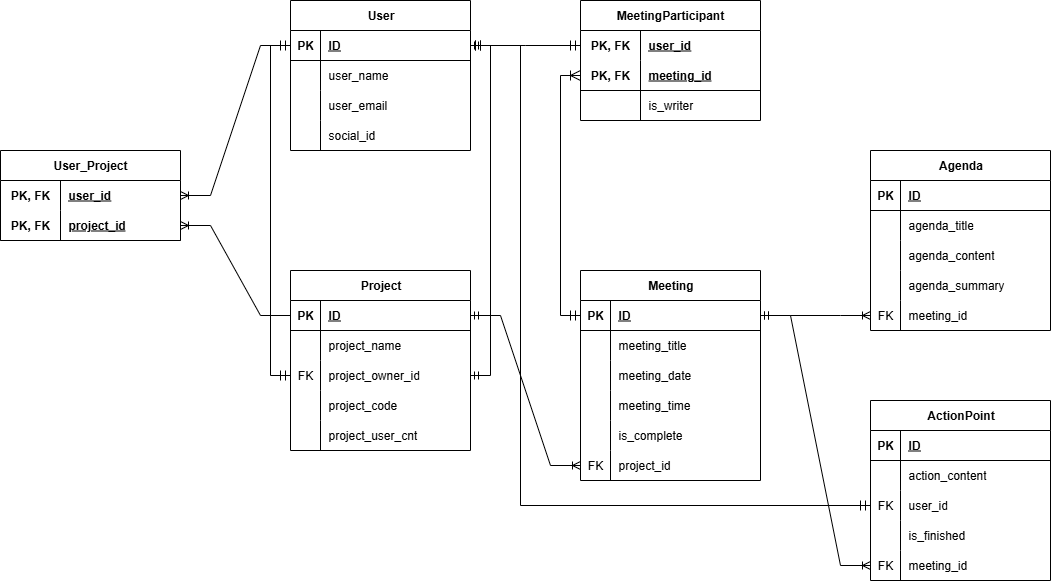
This is Longkathon_ERD.png from Club-PARD/ActionPoint_BE, a draw.io export, as it was before one commit. Source tidied: cells renumbered, new cells last; positions are measured from the earlier drawing's top-left corner, leaving out a move shared by most shapes.
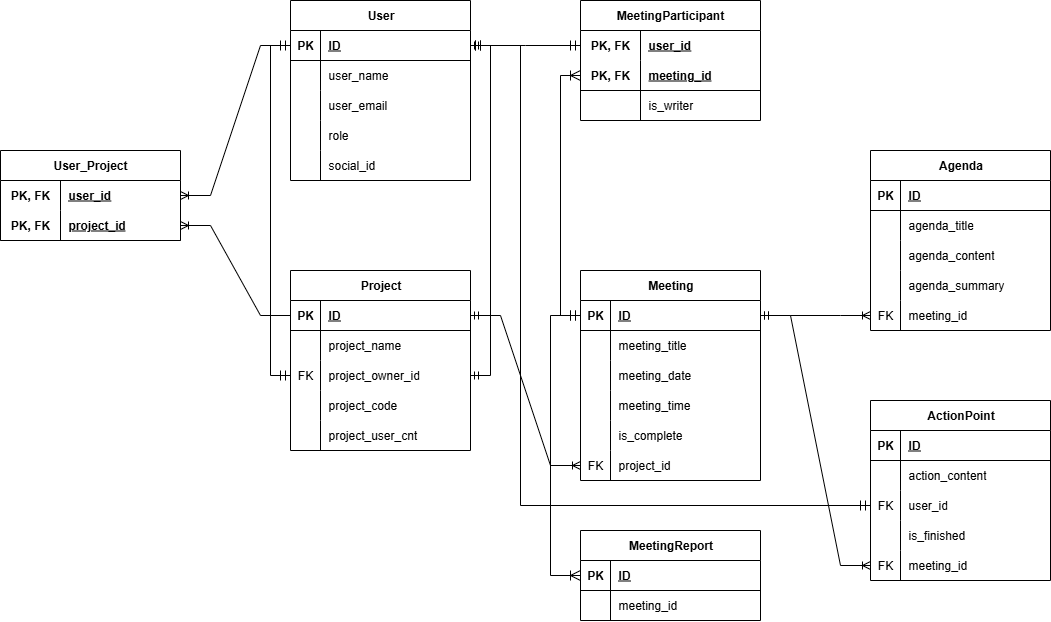
After the commit.

Commit message:
add jarfile, edit ERD

Change to the diagram source:
```diff
@@ -3,7 +3,7 @@
     <mxCell id="0" />
     <mxCell id="1" parent="0" />
     <mxCell id="2" value="User" style="shape=table;startSize=30;rowLines=0;fontStyle=1;align=center;html=1;" parent="1" vertex="1">
-      <mxGeometry x="290" width="180" height="150" as="geometry" />
+      <mxGeometry x="290" width="180" height="180" as="geometry" />
     </mxCell>
     <mxCell id="3" style="shape=tableRow;horizontal=0;startSize=0;swimlaneHead=0;swimlaneBody=0;fillColor=none;points=[[0,0.5],[1,0.5]];portConstraint=eastwest;top=0;left=0;right=0;bottom=1;" parent="2" vertex="1">
       <mxGeometry y="30" width="180" height="30" as="geometry" />
@@ -32,8 +32,17 @@
     <mxCell id="11" value="user_email" style="shape=partialRectangle;fillColor=none;top=0;left=0;bottom=0;right=0;align=left;spacingLeft=6;overflow=hidden;whiteSpace=wrap;html=1;" parent="9" vertex="1">
       <mxGeometry x="30" width="150" height="30" as="geometry" />
     </mxCell>
+    <mxCell id="109" style="shape=tableRow;horizontal=0;startSize=0;swimlaneHead=0;swimlaneBody=0;fillColor=none;top=0;left=0;right=0;bottom=0;" parent="2" vertex="1">
+      <mxGeometry y="120" width="180" height="30" as="geometry" />
+    </mxCell>
+    <mxCell id="110" style="shape=partialRectangle;fillColor=none;top=0;left=0;bottom=0;right=0;overflow=hidden;whiteSpace=wrap;html=1;" parent="109" vertex="1">
+      <mxGeometry width="30" height="30" as="geometry" />
+    </mxCell>
+    <mxCell id="111" value="role" style="shape=partialRectangle;fillColor=none;top=0;left=0;bottom=0;right=0;align=left;spacingLeft=6;overflow=hidden;whiteSpace=wrap;html=1;" parent="109" vertex="1">
+      <mxGeometry x="30" width="150" height="30" as="geometry" />
+    </mxCell>
     <mxCell id="12" style="shape=tableRow;horizontal=0;startSize=0;swimlaneHead=0;swimlaneBody=0;fillColor=none;top=0;left=0;right=0;bottom=0;" parent="2" vertex="1">
-      <mxGeometry y="120" width="180" height="30" as="geometry" />
+      <mxGeometry y="150" width="180" height="30" as="geometry" />
     </mxCell>
     <mxCell id="13" style="shape=partialRectangle;fillColor=none;top=0;left=0;bottom=0;right=0;overflow=hidden;whiteSpace=wrap;html=1;" parent="12" vertex="1">
       <mxGeometry width="30" height="30" as="geometry" />
@@ -350,5 +359,33 @@
         </Array>
       </mxGeometry>
     </mxCell>
+    <mxCell id="112" value="MeetingReport" style="shape=table;startSize=30;rowLines=0;fontStyle=1;align=center;html=1;" parent="1" vertex="1">
+      <mxGeometry x="580" y="530" width="180" height="90" as="geometry" />
+    </mxCell>
+    <mxCell id="113" style="shape=tableRow;horizontal=0;startSize=0;swimlaneHead=0;swimlaneBody=0;fillColor=none;points=[[0,0.5],[1,0.5]];portConstraint=eastwest;top=0;left=0;right=0;bottom=1;" parent="112" vertex="1">
+      <mxGeometry y="30" width="180" height="30" as="geometry" />
+    </mxCell>
+    <mxCell id="114" value="PK" style="shape=partialRectangle;fillColor=none;top=0;left=0;bottom=0;right=0;fontStyle=1;overflow=hidden;whiteSpace=wrap;html=1;" parent="113" vertex="1">
+      <mxGeometry width="30" height="30" as="geometry" />
+    </mxCell>
+    <mxCell id="115" value="ID" style="shape=partialRectangle;fillColor=none;top=0;left=0;bottom=0;right=0;align=left;spacingLeft=6;fontStyle=5;overflow=hidden;whiteSpace=wrap;html=1;" parent="113" vertex="1">
+      <mxGeometry x="30" width="150" height="30" as="geometry" />
+    </mxCell>
+    <mxCell id="116" style="shape=tableRow;horizontal=0;startSize=0;swimlaneHead=0;swimlaneBody=0;fillColor=none;top=0;left=0;right=0;bottom=0;" parent="112" vertex="1">
+      <mxGeometry y="60" width="180" height="30" as="geometry" />
+    </mxCell>
+    <mxCell id="117" style="shape=partialRectangle;fillColor=none;top=0;left=0;bottom=0;right=0;overflow=hidden;whiteSpace=wrap;html=1;" parent="116" vertex="1">
+      <mxGeometry width="30" height="30" as="geometry" />
+    </mxCell>
+    <mxCell id="118" value="meeting_id" style="shape=partialRectangle;fillColor=none;top=0;left=0;bottom=0;right=0;align=left;spacingLeft=6;overflow=hidden;whiteSpace=wrap;html=1;" parent="116" vertex="1">
+      <mxGeometry x="30" width="150" height="30" as="geometry" />
+    </mxCell>
+    <mxCell id="119" style="edgeStyle=elbowEdgeStyle;fontSize=12;html=1;endArrow=ERoneToMany;startArrow=ERmandOne;rounded=0;startSize=8;endSize=8;exitX=0;exitY=0.5;exitDx=0;exitDy=0;entryX=0;entryY=0.5;entryDx=0;entryDy=0;" parent="1" edge="1" source="32" target="113">
+      <mxGeometry relative="1" as="geometry">
+        <Array as="points">
+          <mxPoint x="550" y="440" />
+        </Array>
+      </mxGeometry>
+    </mxCell>
   </root>
 </mxGraphModel>
```
